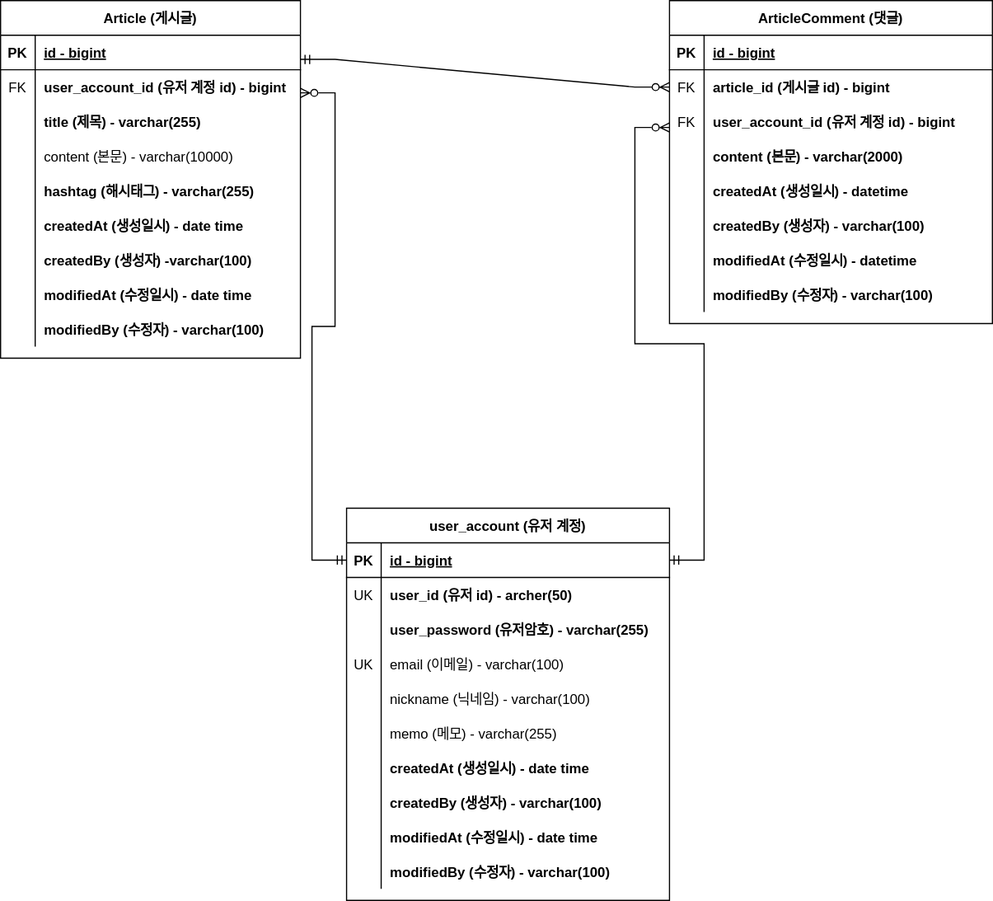
hyeon8571/board keeps this draw.io diagram as document/project-board-erd.svg. Above is the earlier version. Source tidied: cells renumbered, new cells last; positions are measured from the earlier drawing's top-left corner, leaving out a move shared by most shapes.
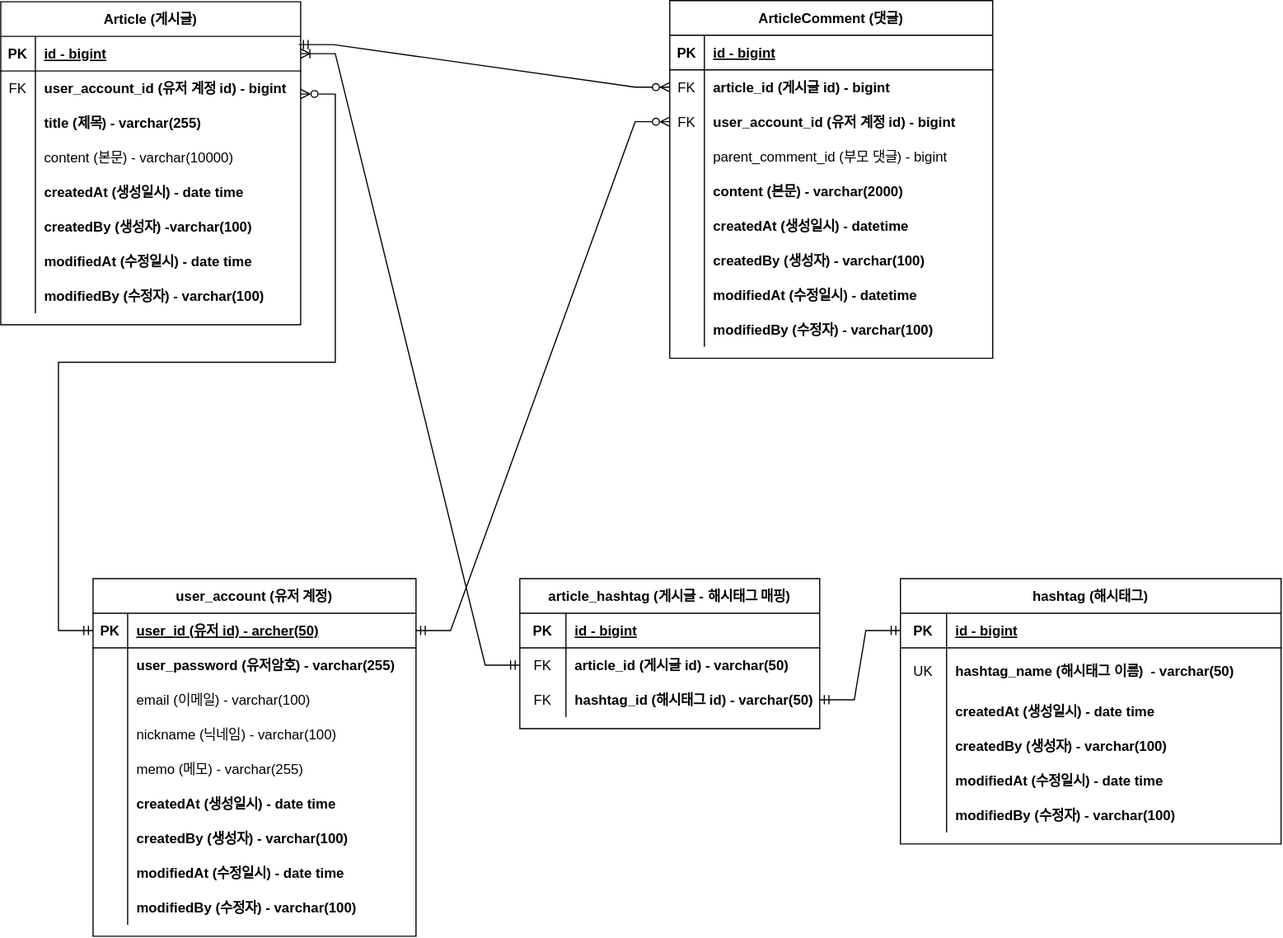
The same file after the commit.

Commit message:
#43 - project-board-erd.svg 업데이트: 대댓글, 해시태그

The edit, as a diff of the source:
```diff
@@ -5,3 +5,3 @@
     <mxCell id="2" value="Article (게시글)" style="shape=table;startSize=30;rowLines=0;fontStyle=1;align=center;" parent="1" vertex="1">
-      <mxGeometry width="260" height="310" as="geometry" />
+      <mxGeometry width="260" height="280" as="geometry" />
     </mxCell>
@@ -43,13 +43,4 @@
     </mxCell>
-    <mxCell id="15" style="shape=partialRectangle;fillColor=none;top=0;left=0;right=0;bottom=0;" parent="2" vertex="1">
-      <mxGeometry y="150" width="260" height="30" as="geometry" />
-    </mxCell>
-    <mxCell id="16" style="shape=partialRectangle;overflow=hidden;fillColor=none;top=0;left=0;bottom=0;right=0;" parent="15" vertex="1">
-      <mxGeometry width="30" height="30" as="geometry" />
-    </mxCell>
-    <mxCell id="17" value="hashtag (해시태그) - varchar(255)" style="shape=partialRectangle;overflow=hidden;fillColor=none;top=0;left=0;bottom=0;right=0;align=left;spacingLeft=6;fontStyle=1;" parent="15" vertex="1">
-      <mxGeometry x="30" width="230" height="30" as="geometry" />
-    </mxCell>
     <mxCell id="18" style="shape=partialRectangle;fillColor=none;top=0;left=0;right=0;bottom=0;" parent="2" vertex="1">
-      <mxGeometry y="180" width="260" height="30" as="geometry" />
+      <mxGeometry y="150" width="260" height="30" as="geometry" />
     </mxCell>
@@ -62,3 +53,3 @@
     <mxCell id="21" style="shape=partialRectangle;fillColor=none;top=0;left=0;right=0;bottom=0;" parent="2" vertex="1">
-      <mxGeometry y="210" width="260" height="30" as="geometry" />
+      <mxGeometry y="180" width="260" height="30" as="geometry" />
     </mxCell>
@@ -71,3 +62,3 @@
     <mxCell id="24" style="shape=partialRectangle;fillColor=none;top=0;left=0;right=0;bottom=0;" parent="2" vertex="1">
-      <mxGeometry y="240" width="260" height="30" as="geometry" />
+      <mxGeometry y="210" width="260" height="30" as="geometry" />
     </mxCell>
@@ -80,3 +71,3 @@
     <mxCell id="27" style="shape=partialRectangle;fillColor=none;top=0;left=0;right=0;bottom=0;" parent="2" vertex="1">
-      <mxGeometry y="270" width="260" height="30" as="geometry" />
+      <mxGeometry y="240" width="260" height="30" as="geometry" />
     </mxCell>
@@ -89,3 +80,3 @@
     <mxCell id="30" value="ArticleComment (댓글)" style="shape=table;startSize=30;rowLines=0;fontStyle=1;align=center;" parent="1" vertex="1">
-      <mxGeometry x="580" width="280" height="280" as="geometry" />
+      <mxGeometry x="580" y="-1" width="280" height="310" as="geometry" />
     </mxCell>
@@ -124,7 +115,16 @@
     </mxCell>
-    <mxCell id="42" value="content (본문) - varchar(2000)" style="shape=partialRectangle;overflow=hidden;fillColor=none;top=0;left=0;bottom=0;right=0;align=left;spacingLeft=6;fontStyle=1;" parent="40" vertex="1">
+    <mxCell id="42" value="parent_comment_id (부모 댓글) - bigint" style="shape=partialRectangle;overflow=hidden;fillColor=none;top=0;left=0;bottom=0;right=0;align=left;spacingLeft=6;fontStyle=0;" parent="40" vertex="1">
       <mxGeometry x="30" width="250" height="30" as="geometry" />
     </mxCell>
+    <mxCell id="89" style="shape=partialRectangle;fillColor=none;top=0;left=0;right=0;bottom=0;" parent="30" vertex="1">
+      <mxGeometry y="150" width="280" height="30" as="geometry" />
+    </mxCell>
+    <mxCell id="16" style="shape=partialRectangle;overflow=hidden;fillColor=none;top=0;left=0;bottom=0;right=0;" parent="89" vertex="1">
+      <mxGeometry width="30" height="30" as="geometry" />
+    </mxCell>
+    <mxCell id="90" value="content (본문) - varchar(2000)" style="shape=partialRectangle;overflow=hidden;fillColor=none;top=0;left=0;bottom=0;right=0;align=left;spacingLeft=6;fontStyle=1;" parent="89" vertex="1">
+      <mxGeometry x="30" width="250" height="30" as="geometry" />
+    </mxCell>
     <mxCell id="43" style="shape=partialRectangle;fillColor=none;top=0;left=0;right=0;bottom=0;" parent="30" vertex="1">
-      <mxGeometry y="150" width="280" height="30" as="geometry" />
+      <mxGeometry y="180" width="280" height="30" as="geometry" />
     </mxCell>
@@ -137,3 +137,3 @@
     <mxCell id="46" style="shape=partialRectangle;fillColor=none;top=0;left=0;right=0;bottom=0;" parent="30" vertex="1">
-      <mxGeometry y="180" width="280" height="30" as="geometry" />
+      <mxGeometry y="210" width="280" height="30" as="geometry" />
     </mxCell>
@@ -146,3 +146,3 @@
     <mxCell id="49" style="shape=partialRectangle;fillColor=none;top=0;left=0;right=0;bottom=0;" parent="30" vertex="1">
-      <mxGeometry y="210" width="280" height="30" as="geometry" />
+      <mxGeometry y="240" width="280" height="30" as="geometry" />
     </mxCell>
@@ -155,3 +155,3 @@
     <mxCell id="52" style="shape=partialRectangle;fillColor=none;top=0;left=0;right=0;bottom=0;" parent="30" vertex="1">
-      <mxGeometry y="240" width="280" height="30" as="geometry" />
+      <mxGeometry y="270" width="280" height="30" as="geometry" />
     </mxCell>
@@ -163,5 +163,4 @@
     </mxCell>
-    <mxCell id="55" style="edgeStyle=entityRelationEdgeStyle;fontSize=12;html=1;endArrow=ERzeroToMany;startArrow=ERmandOne;rounded=0;entryX=0;entryY=0.5;entryDx=0;entryDy=0;" parent="1" edge="1" target="34">
+    <mxCell id="55" style="edgeStyle=entityRelationEdgeStyle;fontSize=12;html=1;endArrow=ERzeroToMany;startArrow=ERmandOne;rounded=0;entryX=0;entryY=0.5;entryDx=0;entryDy=0;exitX=0.994;exitY=0.238;exitDx=0;exitDy=0;exitPerimeter=0;" parent="1" edge="1" source="3" target="34">
       <mxGeometry relative="1" as="geometry">
-        <mxPoint x="260" y="51" as="sourcePoint" />
         <Array as="points">
@@ -171,4 +170,26 @@
     </mxCell>
+    <mxCell id="87" style="edgeStyle=entityRelationEdgeStyle;fontSize=12;html=1;endArrow=ERmandOne;startArrow=ERzeroToMany;rounded=0;startFill=0;endFill=0;exitX=1;exitY=0.5;exitDx=0;exitDy=0;" parent="1" edge="1">
+      <mxGeometry relative="1" as="geometry">
+        <mxPoint x="260" y="80" as="sourcePoint" />
+        <mxPoint x="80" y="545" as="targetPoint" />
+        <Array as="points">
+          <mxPoint x="290" y="75" />
+          <mxPoint x="80" y="400" />
+          <mxPoint x="230" y="190" />
+          <mxPoint x="200" y="440" />
+          <mxPoint x="300" y="315" />
+          <mxPoint x="310" y="385" />
+        </Array>
+      </mxGeometry>
+    </mxCell>
+    <mxCell id="88" style="edgeStyle=entityRelationEdgeStyle;fontSize=12;html=1;endArrow=ERzeroToMany;startArrow=ERmandOne;rounded=0;exitX=1;exitY=0.5;exitDx=0;exitDy=0;startFill=0;endFill=0;entryX=0;entryY=0.5;entryDx=0;entryDy=0;" parent="1" edge="1" source="57" target="37">
+      <mxGeometry relative="1" as="geometry">
+        <Array as="points">
+          <mxPoint x="435.9" y="410" />
+          <mxPoint x="595.9" y="405" />
+        </Array>
+      </mxGeometry>
+    </mxCell>
     <mxCell id="56" value="user_account (유저 계정)" style="shape=table;startSize=30;rowLines=0;fontStyle=1;align=center;" parent="1" vertex="1">
-      <mxGeometry x="300" y="440" width="280" height="340" as="geometry" />
+      <mxGeometry x="80" y="500" width="280" height="310" as="geometry" />
     </mxCell>
@@ -180,16 +201,7 @@
     </mxCell>
-    <mxCell id="59" value="id - bigint" style="shape=partialRectangle;overflow=hidden;fillColor=none;top=0;left=0;bottom=0;right=0;align=left;spacingLeft=6;fontStyle=5;" parent="57" vertex="1">
+    <mxCell id="59" value="user_id (유저 id) - archer(50)" style="shape=partialRectangle;overflow=hidden;fillColor=none;top=0;left=0;bottom=0;right=0;align=left;spacingLeft=6;fontStyle=5;" parent="57" vertex="1">
       <mxGeometry x="30" width="250" height="30" as="geometry" />
     </mxCell>
-    <mxCell id="60" style="shape=partialRectangle;fillColor=none;top=0;left=0;right=0;bottom=0;" parent="56" vertex="1">
-      <mxGeometry y="60" width="280" height="30" as="geometry" />
-    </mxCell>
-    <mxCell id="61" value="UK" style="shape=partialRectangle;overflow=hidden;fillColor=none;top=0;left=0;bottom=0;right=0;" parent="60" vertex="1">
-      <mxGeometry width="30" height="30" as="geometry" />
-    </mxCell>
-    <mxCell id="62" value="user_id (유저 id) - archer(50)" style="shape=partialRectangle;overflow=hidden;fillColor=none;top=0;left=0;bottom=0;right=0;align=left;spacingLeft=6;fontStyle=1;" parent="60" vertex="1">
-      <mxGeometry x="30" width="250" height="30" as="geometry" />
-    </mxCell>
     <mxCell id="63" style="shape=partialRectangle;fillColor=none;top=0;left=0;right=0;bottom=0;" parent="56" vertex="1">
-      <mxGeometry y="90" width="280" height="30" as="geometry" />
+      <mxGeometry y="60" width="280" height="30" as="geometry" />
     </mxCell>
@@ -202,5 +214,5 @@
     <mxCell id="66" style="shape=partialRectangle;fillColor=none;top=0;left=0;right=0;bottom=0;" parent="56" vertex="1">
-      <mxGeometry y="120" width="280" height="30" as="geometry" />
+      <mxGeometry y="90" width="280" height="30" as="geometry" />
     </mxCell>
-    <mxCell id="67" value="UK" style="shape=partialRectangle;overflow=hidden;fillColor=none;top=0;left=0;bottom=0;right=0;" parent="66" vertex="1">
+    <mxCell id="67" style="shape=partialRectangle;overflow=hidden;fillColor=none;top=0;left=0;bottom=0;right=0;" parent="66" vertex="1">
       <mxGeometry width="30" height="30" as="geometry" />
@@ -211,3 +223,3 @@
     <mxCell id="69" style="shape=partialRectangle;fillColor=none;top=0;left=0;right=0;bottom=0;" parent="56" vertex="1">
-      <mxGeometry y="150" width="280" height="30" as="geometry" />
+      <mxGeometry y="120" width="280" height="30" as="geometry" />
     </mxCell>
@@ -220,3 +232,3 @@
     <mxCell id="72" style="shape=partialRectangle;fillColor=none;top=0;left=0;right=0;bottom=0;" parent="56" vertex="1">
-      <mxGeometry y="180" width="280" height="30" as="geometry" />
+      <mxGeometry y="150" width="280" height="30" as="geometry" />
     </mxCell>
@@ -229,3 +241,3 @@
     <mxCell id="75" style="shape=partialRectangle;fillColor=none;top=0;left=0;right=0;bottom=0;" parent="56" vertex="1">
-      <mxGeometry y="210" width="280" height="30" as="geometry" />
+      <mxGeometry y="180" width="280" height="30" as="geometry" />
     </mxCell>
@@ -238,3 +250,3 @@
     <mxCell id="78" style="shape=partialRectangle;fillColor=none;top=0;left=0;right=0;bottom=0;" parent="56" vertex="1">
-      <mxGeometry y="240" width="280" height="30" as="geometry" />
+      <mxGeometry y="210" width="280" height="30" as="geometry" />
     </mxCell>
@@ -247,3 +259,3 @@
     <mxCell id="81" style="shape=partialRectangle;fillColor=none;top=0;left=0;right=0;bottom=0;" parent="56" vertex="1">
-      <mxGeometry y="270" width="280" height="30" as="geometry" />
+      <mxGeometry y="240" width="280" height="30" as="geometry" />
     </mxCell>
@@ -256,3 +268,3 @@
     <mxCell id="84" style="shape=partialRectangle;fillColor=none;top=0;left=0;right=0;bottom=0;" parent="56" vertex="1">
-      <mxGeometry y="300" width="280" height="30" as="geometry" />
+      <mxGeometry y="270" width="280" height="30" as="geometry" />
     </mxCell>
@@ -264,23 +276,119 @@
     </mxCell>
-    <mxCell id="87" style="edgeStyle=entityRelationEdgeStyle;fontSize=12;html=1;endArrow=ERmandOne;startArrow=ERzeroToMany;rounded=0;startFill=0;endFill=0;exitX=1;exitY=0.5;exitDx=0;exitDy=0;entryX=0;entryY=0.5;entryDx=0;entryDy=0;" parent="1" edge="1" target="57">
-      <mxGeometry relative="1" as="geometry">
-        <mxPoint x="260" y="80" as="sourcePoint" />
-        <Array as="points">
-          <mxPoint x="290" y="75" />
-          <mxPoint x="230" y="190" />
-          <mxPoint x="200" y="440" />
-          <mxPoint x="300" y="315" />
-          <mxPoint x="310" y="385" />
-        </Array>
-      </mxGeometry>
-    </mxCell>
-    <mxCell id="88" style="edgeStyle=entityRelationEdgeStyle;fontSize=12;html=1;endArrow=ERzeroToMany;startArrow=ERmandOne;rounded=0;exitX=1;exitY=0.5;exitDx=0;exitDy=0;startFill=0;endFill=0;entryX=-0.021;entryY=0.5;entryDx=0;entryDy=0;entryPerimeter=0;" parent="1" edge="1" source="57">
-      <mxGeometry relative="1" as="geometry">
-        <mxPoint x="580" y="110" as="targetPoint" />
-        <Array as="points">
-          <mxPoint x="435.9" y="410" />
-          <mxPoint x="595.9" y="405" />
-        </Array>
-      </mxGeometry>
-    </mxCell>
+    <mxCell id="91" value="article_hashtag (게시글 - 해시태그 매핑)" style="shape=table;startSize=30;rowLines=0;fontStyle=1;align=center;" parent="1" vertex="1">
+      <mxGeometry x="450" y="500" width="260" height="130" as="geometry" />
+    </mxCell>
+    <mxCell id="92" style="shape=partialRectangle;fillColor=none;top=0;left=0;right=0;bottom=1;" parent="91" vertex="1">
+      <mxGeometry y="30" width="260" height="30" as="geometry" />
+    </mxCell>
+    <mxCell id="93" value="PK" style="shape=partialRectangle;overflow=hidden;fillColor=none;top=0;left=0;bottom=0;right=0;fontStyle=1;" parent="92" vertex="1">
+      <mxGeometry width="40" height="30" as="geometry" />
+    </mxCell>
+    <mxCell id="94" value="id - bigint" style="shape=partialRectangle;overflow=hidden;fillColor=none;top=0;left=0;bottom=0;right=0;align=left;spacingLeft=6;fontStyle=5;" parent="92" vertex="1">
+      <mxGeometry x="40" width="220" height="30" as="geometry" />
+    </mxCell>
+    <mxCell id="95" style="shape=partialRectangle;fillColor=none;points=[[0,0.5],[1,0.5]];portConstraint=eastwest;top=0;left=0;right=0;bottom=0;" parent="91" vertex="1">
+      <mxGeometry y="60" width="260" height="30" as="geometry" />
+    </mxCell>
+    <mxCell id="96" value="FK" style="shape=partialRectangle;overflow=hidden;fillColor=none;top=0;left=0;bottom=0;right=0;" parent="95" vertex="1">
+      <mxGeometry width="40" height="30" as="geometry" />
+    </mxCell>
+    <mxCell id="97" value="article_id (게시글 id) - varchar(50)" style="shape=partialRectangle;overflow=hidden;fillColor=none;top=0;left=0;bottom=0;right=0;align=left;spacingLeft=6;fontStyle=1;" parent="95" vertex="1">
+      <mxGeometry x="40" width="220" height="30" as="geometry" />
+    </mxCell>
+    <mxCell id="98" style="shape=partialRectangle;fillColor=none;points=[[0,0.5],[1,0.5]];portConstraint=eastwest;top=0;left=0;right=0;bottom=0;" parent="91" vertex="1">
+      <mxGeometry y="90" width="260" height="30" as="geometry" />
+    </mxCell>
+    <mxCell id="99" value="FK" style="shape=partialRectangle;overflow=hidden;fillColor=none;top=0;left=0;bottom=0;right=0;" parent="98" vertex="1">
+      <mxGeometry width="40" height="30" as="geometry" />
+    </mxCell>
+    <mxCell id="100" value="hashtag_id (해시태그 id) - varchar(50)" style="shape=partialRectangle;overflow=hidden;fillColor=none;top=0;left=0;bottom=0;right=0;align=left;spacingLeft=6;fontStyle=1;" parent="98" vertex="1">
+      <mxGeometry x="40" width="220" height="30" as="geometry" />
+    </mxCell>
+    <mxCell id="101" value="hashtag (해시태그)" style="shape=table;startSize=30;rowLines=0;fontStyle=1;align=center;" parent="1" vertex="1">
+      <mxGeometry x="780" y="500" width="330" height="230" as="geometry" />
+    </mxCell>
+    <mxCell id="102" style="shape=partialRectangle;fillColor=none;points=[[0,0.5],[1,0.5]];portConstraint=eastwest;top=0;left=0;right=0;bottom=1;" parent="101" vertex="1">
+      <mxGeometry y="30" width="330" height="30" as="geometry" />
+    </mxCell>
+    <mxCell id="103" value="PK" style="shape=partialRectangle;overflow=hidden;fillColor=none;top=0;left=0;bottom=0;right=0;fontStyle=1;" parent="102" vertex="1">
+      <mxGeometry width="40" height="30" as="geometry" />
+    </mxCell>
+    <mxCell id="104" value="id - bigint" style="shape=partialRectangle;overflow=hidden;fillColor=none;top=0;left=0;bottom=0;right=0;align=left;spacingLeft=6;fontStyle=5;" parent="102" vertex="1">
+      <mxGeometry x="40" width="290" height="30" as="geometry" />
+    </mxCell>
+    <mxCell id="105" style="shape=partialRectangle;fillColor=none;top=0;left=0;right=0;bottom=0;" parent="101" vertex="1">
+      <mxGeometry y="60" width="330" height="40" as="geometry" />
+    </mxCell>
+    <mxCell id="61" value="UK" style="shape=partialRectangle;overflow=hidden;fillColor=none;top=0;left=0;bottom=0;right=0;" parent="105" vertex="1">
+      <mxGeometry width="40" height="40" as="geometry" />
+    </mxCell>
+    <mxCell id="106" value="hashtag_name (해시태그 이름)  - varchar(50)" style="shape=partialRectangle;overflow=hidden;fillColor=none;top=0;left=0;bottom=0;right=0;align=left;spacingLeft=6;fontStyle=1;" parent="105" vertex="1">
+      <mxGeometry x="40" width="290" height="40" as="geometry" />
+    </mxCell>
+    <mxCell id="107" style="shape=partialRectangle;fillColor=none;top=0;left=0;right=0;bottom=0;" parent="101" vertex="1">
+      <mxGeometry y="100" width="330" height="30" as="geometry" />
+    </mxCell>
+    <mxCell id="108" style="shape=partialRectangle;overflow=hidden;fillColor=none;top=0;left=0;bottom=0;right=0;" parent="107" vertex="1">
+      <mxGeometry width="40" height="30" as="geometry" />
+    </mxCell>
+    <mxCell id="109" value="createdAt (생성일시) - date time" style="shape=partialRectangle;overflow=hidden;fillColor=none;top=0;left=0;bottom=0;right=0;align=left;spacingLeft=6;fontStyle=1;" parent="107" vertex="1">
+      <mxGeometry x="40" width="290" height="30" as="geometry" />
+    </mxCell>
+    <mxCell id="110" style="shape=partialRectangle;fillColor=none;top=0;left=0;right=0;bottom=0;" parent="101" vertex="1">
+      <mxGeometry y="130" width="330" height="30" as="geometry" />
+    </mxCell>
+    <mxCell id="111" style="shape=partialRectangle;overflow=hidden;fillColor=none;top=0;left=0;bottom=0;right=0;" parent="110" vertex="1">
+      <mxGeometry width="40" height="30" as="geometry" />
+    </mxCell>
+    <mxCell id="112" value="createdBy (생성자) - varchar(100)" style="shape=partialRectangle;overflow=hidden;fillColor=none;top=0;left=0;bottom=0;right=0;align=left;spacingLeft=6;fontStyle=1;" parent="110" vertex="1">
+      <mxGeometry x="40" width="290" height="30" as="geometry" />
+    </mxCell>
+    <mxCell id="113" style="shape=partialRectangle;fillColor=none;top=0;left=0;right=0;bottom=0;" parent="101" vertex="1">
+      <mxGeometry y="160" width="330" height="30" as="geometry" />
+    </mxCell>
+    <mxCell id="114" style="shape=partialRectangle;overflow=hidden;fillColor=none;top=0;left=0;bottom=0;right=0;" parent="113" vertex="1">
+      <mxGeometry width="40" height="30" as="geometry" />
+    </mxCell>
+    <mxCell id="115" value="modifiedAt (수정일시) - date time" style="shape=partialRectangle;overflow=hidden;fillColor=none;top=0;left=0;bottom=0;right=0;align=left;spacingLeft=6;fontStyle=1;" parent="113" vertex="1">
+      <mxGeometry x="40" width="290" height="30" as="geometry" />
+    </mxCell>
+    <mxCell id="116" style="shape=partialRectangle;fillColor=none;top=0;left=0;right=0;bottom=0;" parent="101" vertex="1">
+      <mxGeometry y="190" width="330" height="30" as="geometry" />
+    </mxCell>
+    <mxCell id="117" style="shape=partialRectangle;overflow=hidden;fillColor=none;top=0;left=0;bottom=0;right=0;" parent="116" vertex="1">
+      <mxGeometry width="40" height="30" as="geometry" />
+    </mxCell>
+    <mxCell id="118" value="modifiedBy (수정자) - varchar(100)" style="shape=partialRectangle;overflow=hidden;fillColor=none;top=0;left=0;bottom=0;right=0;align=left;spacingLeft=6;fontStyle=1;" parent="116" vertex="1">
+      <mxGeometry x="40" width="290" height="30" as="geometry" />
+    </mxCell>
+    <mxCell id="119" style="edgeStyle=entityRelationEdgeStyle;fontSize=12;html=1;endArrow=ERmandOne;startArrow=ERoneToMany;rounded=0;startFill=0;endFill=0;exitX=1;exitY=0.5;exitDx=0;exitDy=0;entryX=0;entryY=0.5;entryDx=0;entryDy=0;" parent="1" edge="1" source="3" target="95">
+      <mxGeometry relative="1" as="geometry">
+        <Array as="points">
+          <mxPoint x="350" y="66" />
+          <mxPoint x="400" y="300" />
+          <mxPoint x="660" y="75" />
+          <mxPoint x="450" y="400" />
+          <mxPoint x="600" y="190" />
+          <mxPoint x="570" y="440" />
+          <mxPoint x="670" y="315" />
+          <mxPoint x="680" y="385" />
+        </Array>
+      </mxGeometry>
+    </mxCell>
+    <mxCell id="120" style="edgeStyle=entityRelationEdgeStyle;fontSize=12;html=1;endArrow=ERmandOne;startArrow=ERmandOne;rounded=0;startFill=0;endFill=0;exitX=1;exitY=0.5;exitDx=0;exitDy=0;entryX=0;entryY=0.5;entryDx=0;entryDy=0;" parent="1" edge="1" source="98" target="102">
+      <mxGeometry relative="1" as="geometry">
+        <Array as="points">
+          <mxPoint x="750" y="336" />
+          <mxPoint x="800" y="570" />
+          <mxPoint x="810" y="950" />
+          <mxPoint x="910" y="1000" />
+          <mxPoint x="1060" y="345" />
+          <mxPoint x="850" y="670" />
+          <mxPoint x="1000" y="460" />
+          <mxPoint x="970" y="710" />
+          <mxPoint x="1070" y="585" />
+          <mxPoint x="1080" y="655" />
+        </Array>
+      </mxGeometry>
+    </mxCell>
   </root>
```
